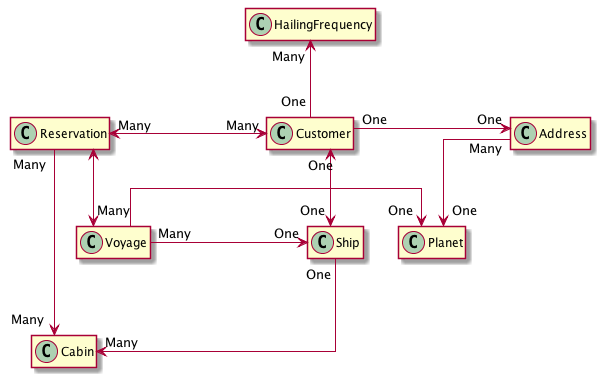
This is docs/images/model.png from mpuening/learn-jpa-hibernate, a PlantUML export, as it was before one commit. Its diagram source:
```plantuml
@startuml
skinparam linetype ortho

hide members

Reservation "Many" <-right-> "Many" Customer : "                              "
Customer "One" -right-> "One" Address : "                              "
Customer "One" -up-> "Many" HailingFrequency : ""

Reservation <-down-> Voyage : ""
Customer "One" <-down-> "One" Ship : ""
Address "Many" -down-> "One" Planet: ""

Voyage "Many" -right-> "One" Ship : "                              "
Voyage "Many" -> "One" Planet : "                              "

Ship "One" -down-> "Many" Cabin : ""
Reservation "Many" -> "Many" Cabin : ""
@enduml
```
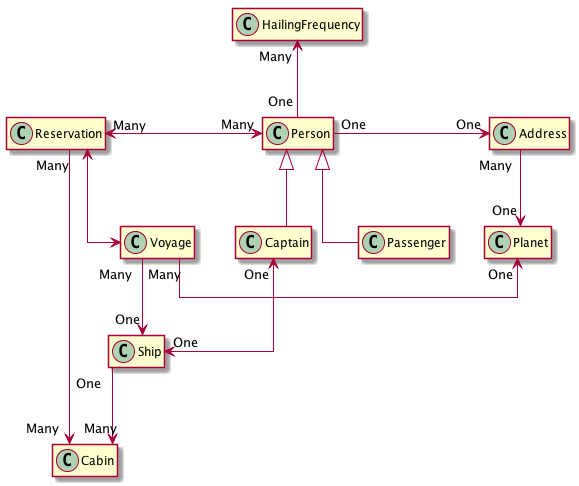
The same file after the commit.

Commit message:
Update class diagrams

What changed in the source:
```diff
@@ -3,12 +3,15 @@
 
 hide members
 
-Reservation "Many" <-right-> "Many" Customer : "                              "
-Customer "One" -right-> "One" Address : "                              "
-Customer "One" -up-> "Many" HailingFrequency : ""
+Reservation "Many" <-right-> "Many" Person : "                              "
+Person "One" -right-> "One" Address : "                              "
+Person "One" -up-> "Many" HailingFrequency : ""
+
+Person <|-- Passenger
+Person <|-- Captain
 
 Reservation <-down-> Voyage : ""
-Customer "One" <-down-> "One" Ship : ""
+Captain "One" <-down-> "One" Ship : ""
 Address "Many" -down-> "One" Planet: ""
 
 Voyage "Many" -right-> "One" Ship : "                              "
```
